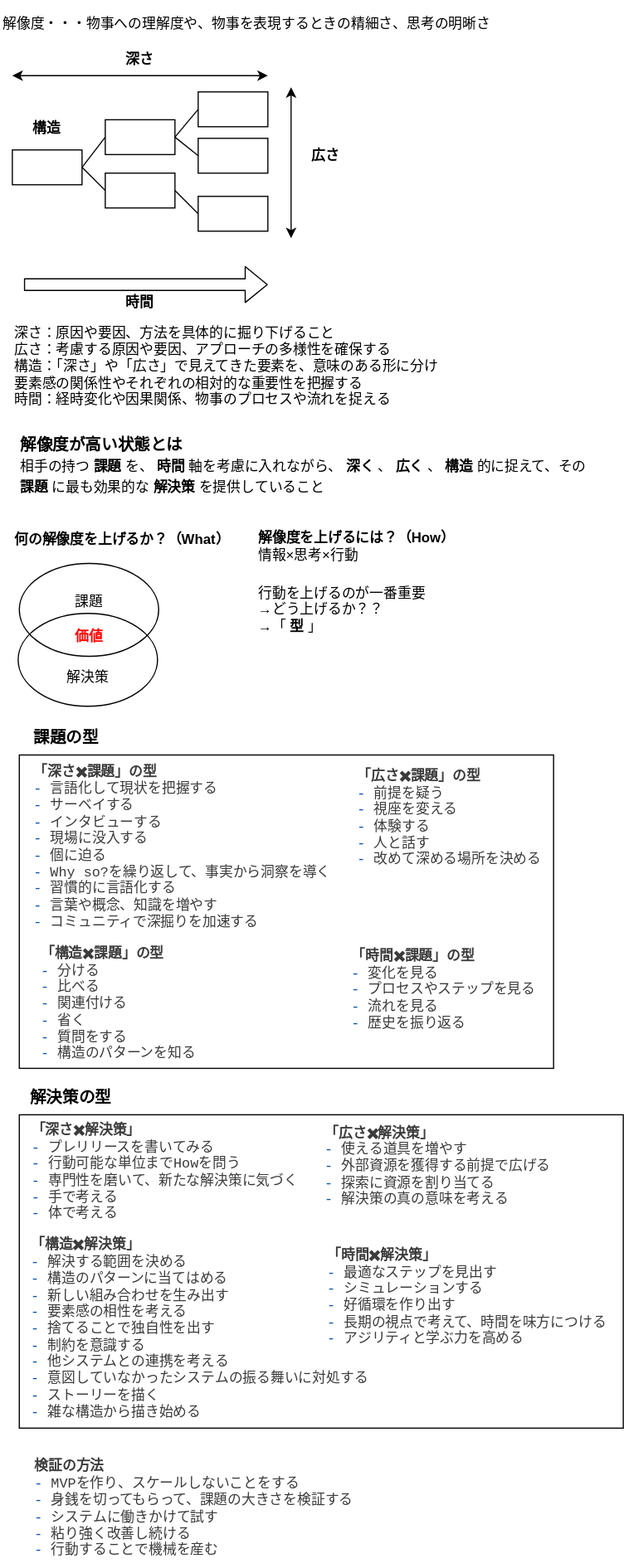
ktguy0723/doc keeps this draw.io diagram as spec/thinking/解像度/work.drawio.svg. Above is the earlier version. Source tidied: cells renumbered, new cells last; positions are measured from the earlier drawing's top-left corner, leaving out a move shared by most shapes.
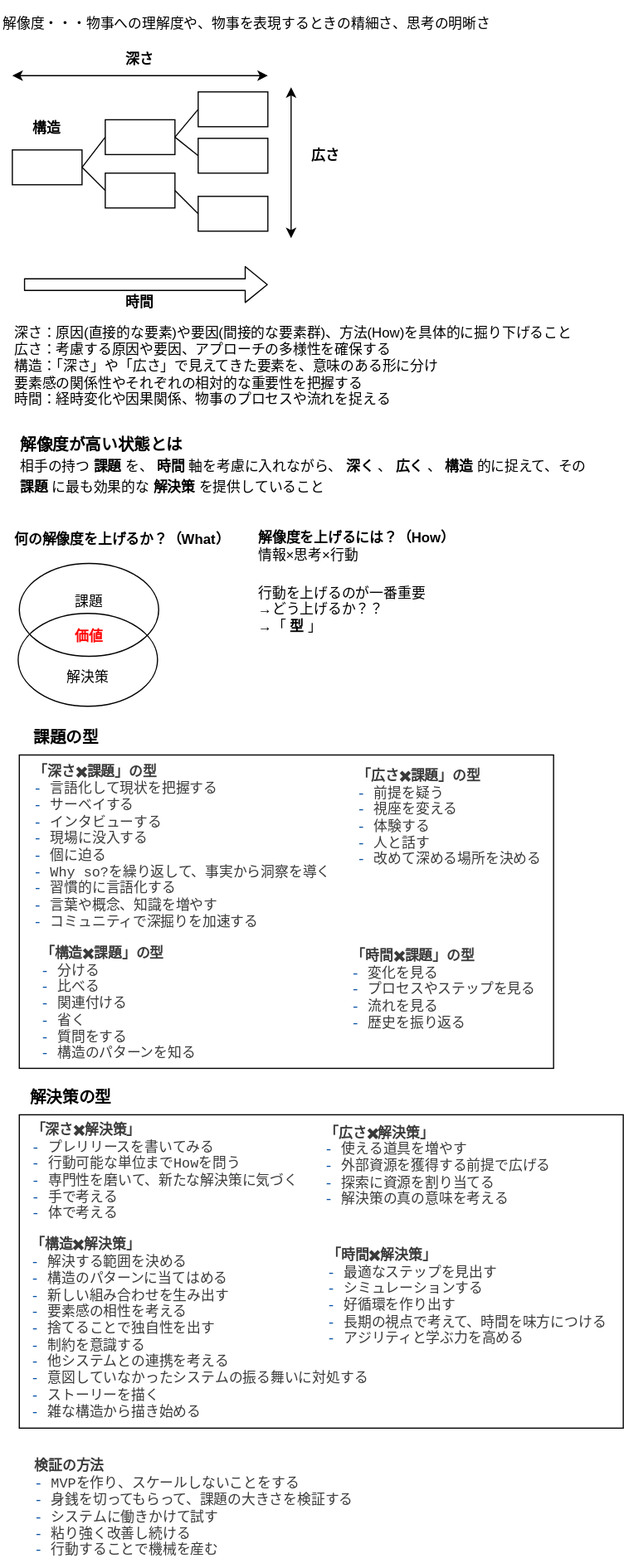
The same file after the commit.

Change to the diagram source:
```diff
@@ -134,8 +134,8 @@
     <mxCell id="42" value="&lt;b&gt;&lt;font style=&quot;font-size: 14px;&quot;&gt;解決策の型&lt;/font&gt;&lt;/b&gt;" style="text;html=1;align=center;verticalAlign=middle;strokeColor=none;fillColor=none;" parent="1" vertex="1">
       <mxGeometry x="15" y="930" width="90" height="30" as="geometry" />
     </mxCell>
-    <mxCell id="43" value="深さ：原因や要因、方法を具体的に掘り下げること&lt;br&gt;広さ：考慮する原因や要因、アプローチの多様性を確保する&lt;br&gt;構造：「深さ」や「広さ」で見えてきた要素を、意味のある形に分け&lt;br&gt;　　　要素感の関係性やそれぞれの相対的な重要性を把握する&lt;br&gt;時間：経時変化や因果関係、物事のプロセスや流れを捉える" style="text;html=1;align=left;verticalAlign=middle;strokeColor=none;fillColor=none;" parent="1" vertex="1">
-      <mxGeometry x="10" y="270" width="390" height="90" as="geometry" />
+    <mxCell id="43" value="深さ：原因(直接的な要素)や要因(間接的な要素群)、方法(How)を具体的に掘り下げること&lt;br&gt;広さ：考慮する原因や要因、アプローチの多様性を確保する&lt;br&gt;構造：「深さ」や「広さ」で見えてきた要素を、意味のある形に分け&lt;br&gt;　　　要素感の関係性やそれぞれの相対的な重要性を把握する&lt;br&gt;時間：経時変化や因果関係、物事のプロセスや流れを捉える" style="text;html=1;align=left;verticalAlign=middle;strokeColor=none;fillColor=none;" parent="1" vertex="1">
+      <mxGeometry x="10" y="270" width="500" height="90" as="geometry" />
     </mxCell>
   </root>
 </mxGraphModel>
```
